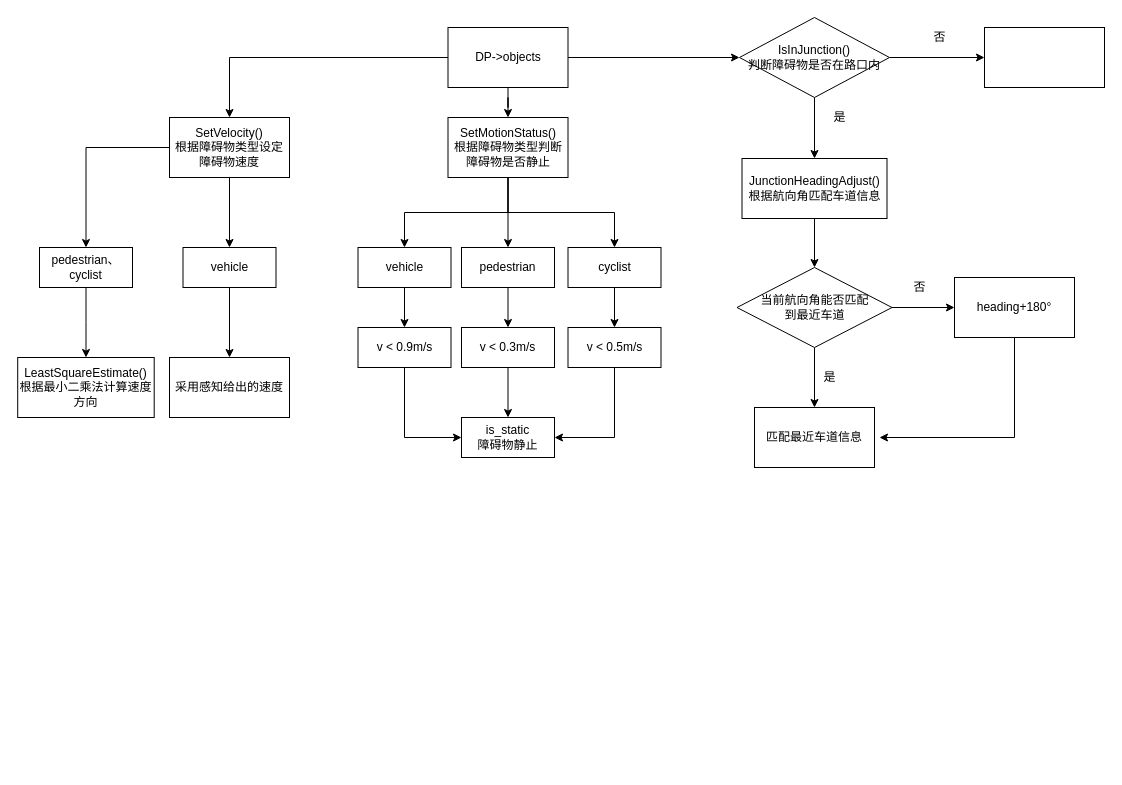
Earlier version of the draw.io diagram prediction3.drawio (geerniya/draw_io). Source tidied: cells renumbered, new cells numbered last; positions are measured from the earlier drawing's top-left corner, leaving out a move shared by most shapes. Both pictures are drawn from the tidied source at 100%, with x=0, y=0 at pixel (17, 17).
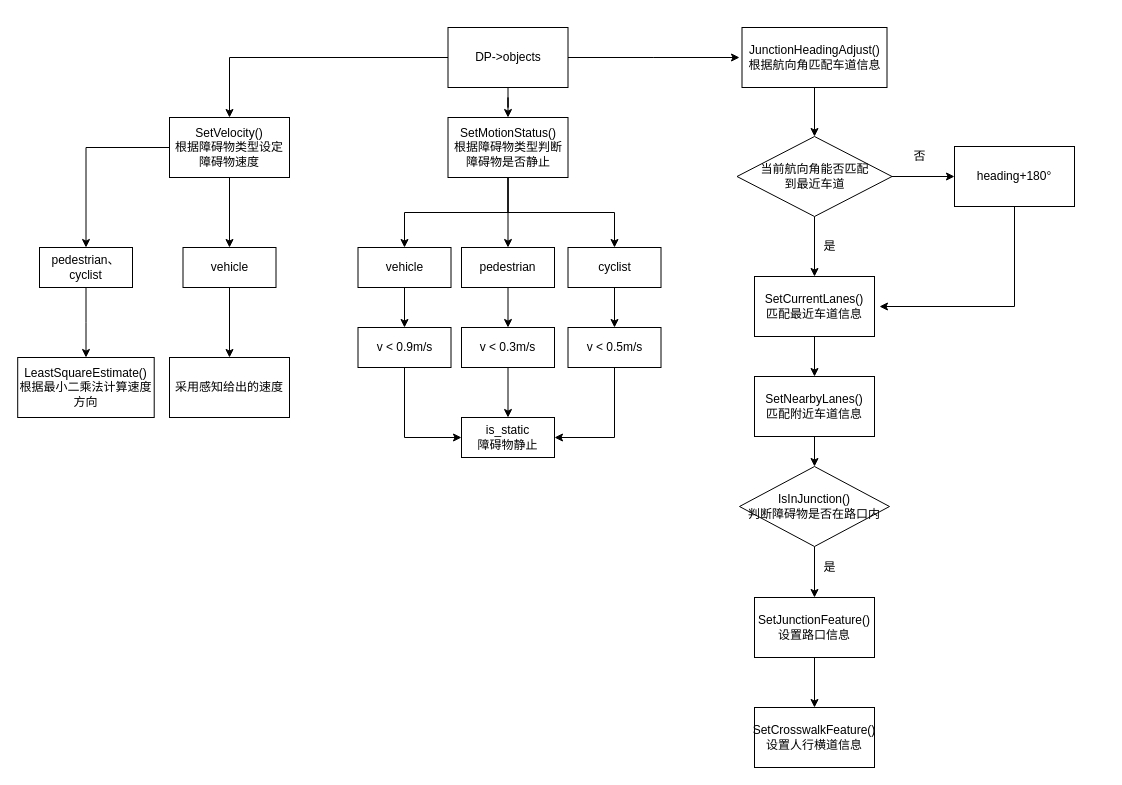
The same diagram, later.

The change refers to these unchanged cells:
```xml
<mxCell id="5" value="DP-&amp;gt;objects" style="rounded=0;whiteSpace=wrap;html=1;" parent="1" vertex="1">
  <mxGeometry x="430.5" y="10" width="120" height="60" as="geometry" />
</mxCell>
```

Change to the diagram source:
```diff
@@
-    <mxCell id="4" style="edgeStyle=orthogonalEdgeStyle;rounded=0;jettySize=auto;html=1;entryX=0;entryY=0.5;entryDx=0;entryDy=0;" parent="1" edge="1" source="5" target="34">
-      <mxGeometry relative="1" as="geometry" />
+    <mxCell id="4" style="edgeStyle=orthogonalEdgeStyle;rounded=0;jettySize=auto;html=1;entryX=0;entryY=0.5;entryDx=0;entryDy=0;" parent="1" edge="1" source="5">
+      <mxGeometry relative="1" as="geometry">
+        <mxPoint x="722" y="40" as="targetPoint" />
+      </mxGeometry>
     </mxCell>
@@
-    <mxCell id="32" style="edgeStyle=orthogonalEdgeStyle;rounded=0;jettySize=auto;html=1;" parent="1" edge="1" source="34" target="36">
-      <mxGeometry relative="1" as="geometry" />
-    </mxCell>
-    <mxCell id="33" style="edgeStyle=orthogonalEdgeStyle;rounded=0;jettySize=auto;html=1;" parent="1" edge="1" source="34" target="38">
-      <mxGeometry relative="1" as="geometry" />
-    </mxCell>
-    <mxCell id="34" value="&lt;div&gt;IsInJunction()&lt;br&gt;&lt;/div&gt;&lt;div&gt;判断障碍物是否在路口内&lt;/div&gt;" style="rhombus;whiteSpace=wrap;html=1;" parent="1" vertex="1">
-      <mxGeometry x="722" width="150" height="80" as="geometry" />
-    </mxCell>
@@
     <mxCell id="36" value="&lt;div&gt;JunctionHeadingAdjust()&lt;/div&gt;&lt;div&gt;根据航向角匹配车道信息&lt;br&gt;&lt;/div&gt;" style="whiteSpace=wrap;html=1;" parent="1" vertex="1">
-      <mxGeometry x="724.5" y="141" width="145" height="60" as="geometry" />
+      <mxGeometry x="724.5" y="10" width="145" height="60" as="geometry" />
     </mxCell>
-    <mxCell id="37" value="是" style="text;html=1;align=center;verticalAlign=middle;strokeColor=none;fillColor=none;" parent="1" vertex="1">
-      <mxGeometry x="807" y="90" width="30" height="20" as="geometry" />
-    </mxCell>
-    <mxCell id="38" style="whiteSpace=wrap;html=1;" parent="1" vertex="1">
-      <mxGeometry x="967" y="10" width="120" height="60" as="geometry" />
-    </mxCell>
-    <mxCell id="39" value="否" style="text;html=1;align=center;verticalAlign=middle;strokeColor=none;fillColor=none;" parent="1" vertex="1">
-      <mxGeometry x="907" y="10" width="30" height="20" as="geometry" />
-    </mxCell>
@@
     <mxCell id="42" value="&lt;div&gt;当前航向角能否匹配&lt;/div&gt;&lt;div&gt;到最近车道&lt;/div&gt;" style="rhombus;whiteSpace=wrap;html=1;" parent="1" vertex="1">
-      <mxGeometry x="719.5" y="250" width="155" height="80" as="geometry" />
+      <mxGeometry x="719.5" y="119" width="155" height="80" as="geometry" />
     </mxCell>
+    <mxCell id="48" style="edgeStyle=orthogonalEdgeStyle;rounded=0;jettySize=auto;html=1;" parent="1" edge="1" source="43" target="50">
+      <mxGeometry relative="1" as="geometry" />
+    </mxCell>
-    <mxCell id="43" value="匹配最近车道信息" style="whiteSpace=wrap;html=1;" parent="1" vertex="1">
-      <mxGeometry x="737" y="390" width="120" height="60" as="geometry" />
+    <mxCell id="43" value="&lt;div&gt;SetCurrentLanes()&lt;br&gt;&lt;/div&gt;&lt;div&gt;匹配最近车道信息&lt;/div&gt;" style="whiteSpace=wrap;html=1;" parent="1" vertex="1">
+      <mxGeometry x="737" y="259" width="120" height="60" as="geometry" />
     </mxCell>
     <mxCell id="44" style="edgeStyle=orthogonalEdgeStyle;rounded=0;jettySize=auto;html=1;" parent="1" edge="1" source="45">
       <mxGeometry relative="1" as="geometry">
-        <mxPoint x="862" y="420" as="targetPoint" />
+        <mxPoint x="862" y="289" as="targetPoint" />
         <Array as="points">
-          <mxPoint x="997" y="420" />
+          <mxPoint x="997" y="289" />
         </Array>
       </mxGeometry>
     </mxCell>
     <mxCell id="45" value="heading+180°" style="whiteSpace=wrap;html=1;" parent="1" vertex="1">
-      <mxGeometry x="937" y="260" width="120" height="60" as="geometry" />
+      <mxGeometry x="937" y="129" width="120" height="60" as="geometry" />
     </mxCell>
     <mxCell id="46" value="否" style="text;html=1;align=center;verticalAlign=middle;strokeColor=none;fillColor=none;" parent="1" vertex="1">
-      <mxGeometry x="887" y="260" width="30" height="20" as="geometry" />
+      <mxGeometry x="887" y="129" width="30" height="20" as="geometry" />
     </mxCell>
     <mxCell id="47" value="是" style="text;html=1;align=center;verticalAlign=middle;strokeColor=none;fillColor=none;" parent="1" vertex="1">
-      <mxGeometry x="797" y="350" width="30" height="20" as="geometry" />
+      <mxGeometry x="797" y="219" width="30" height="20" as="geometry" />
     </mxCell>
+    <mxCell id="49" style="edgeStyle=orthogonalEdgeStyle;rounded=0;jettySize=auto;html=1;" parent="1" edge="1" source="50" target="34">
+      <mxGeometry relative="1" as="geometry" />
+    </mxCell>
+    <mxCell id="50" value="&lt;div&gt;SetNearbyLanes()&lt;br&gt;&lt;/div&gt;&lt;div&gt;匹配附近车道信息&lt;/div&gt;" style="whiteSpace=wrap;html=1;" parent="1" vertex="1">
+      <mxGeometry x="737" y="359" width="120" height="60" as="geometry" />
+    </mxCell>
+    <mxCell id="51" style="edgeStyle=orthogonalEdgeStyle;rounded=0;jettySize=auto;html=1;" parent="1" edge="1" source="34" target="53">
+      <mxGeometry relative="1" as="geometry" />
+    </mxCell>
+    <mxCell id="34" value="&lt;div&gt;IsInJunction()&lt;br&gt;&lt;/div&gt;&lt;div&gt;判断障碍物是否在路口内&lt;/div&gt;" style="rhombus;whiteSpace=wrap;html=1;" parent="1" vertex="1">
+      <mxGeometry x="722" y="449" width="150" height="80" as="geometry" />
+    </mxCell>
+    <mxCell id="52" style="edgeStyle=orthogonalEdgeStyle;rounded=0;jettySize=auto;html=1;" parent="1" edge="1" source="53" target="54">
+      <mxGeometry relative="1" as="geometry" />
+    </mxCell>
+    <mxCell id="53" value="&lt;div&gt;SetJunctionFeature()&lt;/div&gt;&lt;div&gt;设置路口信息&lt;br&gt;&lt;/div&gt;" style="whiteSpace=wrap;html=1;" parent="1" vertex="1">
+      <mxGeometry x="737" y="580" width="120" height="60" as="geometry" />
+    </mxCell>
+    <mxCell id="37" value="是" style="text;html=1;align=center;verticalAlign=middle;strokeColor=none;fillColor=none;" parent="1" vertex="1">
+      <mxGeometry x="797" y="540" width="30" height="20" as="geometry" />
+    </mxCell>
+    <mxCell id="54" value="&lt;div&gt;SetCrosswalkFeature()&lt;/div&gt;&lt;div&gt;设置人行横道信息&lt;br&gt;&lt;/div&gt;" style="whiteSpace=wrap;html=1;" parent="1" vertex="1">
+      <mxGeometry x="737" y="690" width="120" height="60" as="geometry" />
+    </mxCell>
```
